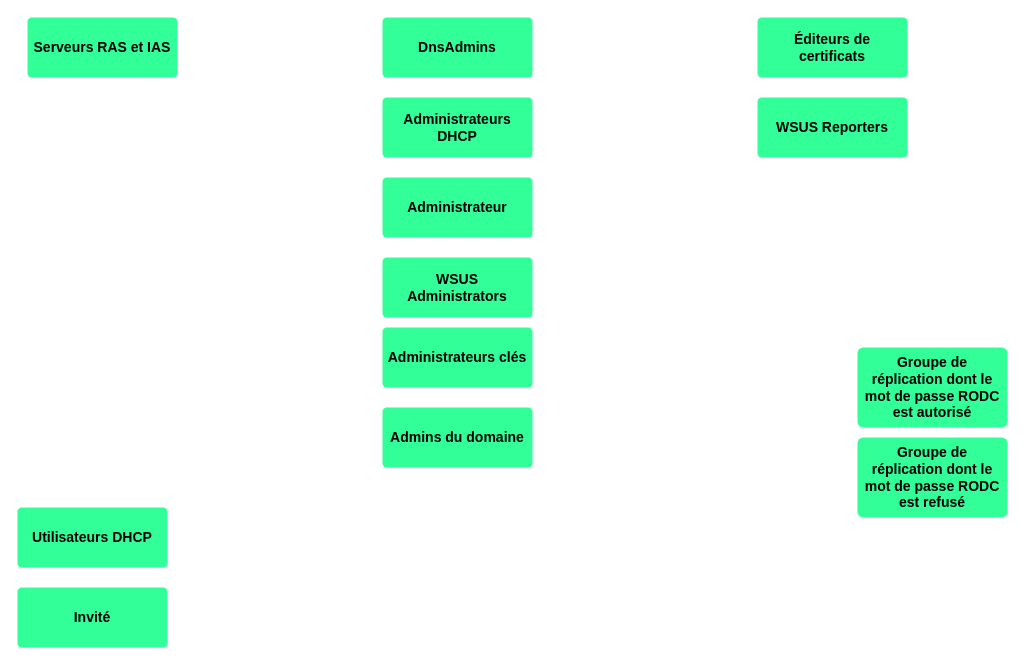
CharifMah/AbstergoAnimus keeps this draw.io diagram as Diagramme sans nom.drawio. Above is the earlier version. Source tidied: cells renumbered, new cells numbered last; positions are measured from the earlier drawing's top-left corner, leaving out a move shared by most shapes. Both pictures are drawn from the tidied source at 100%, with x=0, y=0 at pixel (17, 17).
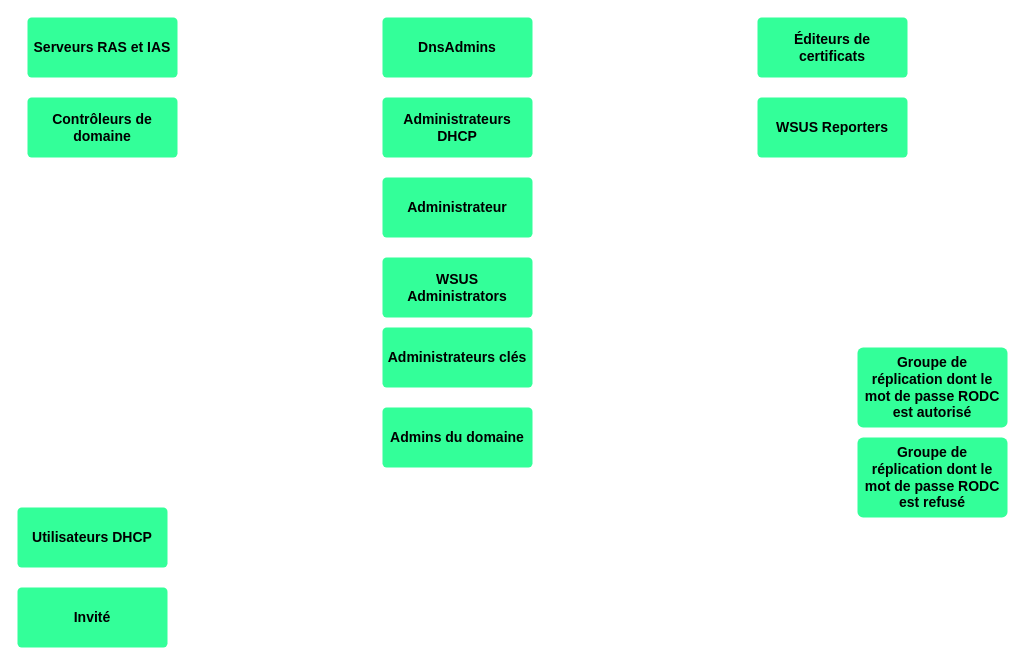
Above is the later version.

Commit message (it also covers changes not shown here):
Mettre à jour Diagramme sans nom.drawio

What changed in the source:
```diff
@@
 <mxGraphModel>
   <root>
     <mxCell id="0" />
     <mxCell id="1" parent="0" />
     <mxCell id="2" value="Administrateur" style="rounded=1;whiteSpace=wrap;html=1;shadow=0;labelBackgroundColor=none;strokeColor=none;strokeWidth=3;fillColor=#33FF99;fontFamily=Helvetica;fontSize=14;fontColor=#000000;align=center;spacing=5;fontStyle=1;arcSize=7;perimeterSpacing=2;" parent="1" vertex="1">
       <mxGeometry x="365" y="160" width="150" height="60" as="geometry" />
     </mxCell>
     <mxCell id="3" value="Invité" style="rounded=1;whiteSpace=wrap;html=1;shadow=0;labelBackgroundColor=none;strokeColor=none;strokeWidth=3;fillColor=#33FF99;fontFamily=Helvetica;fontSize=14;fontColor=#000000;align=center;spacing=5;fontStyle=1;arcSize=7;perimeterSpacing=2;" parent="1" vertex="1">
       <mxGeometry y="570" width="150" height="60" as="geometry" />
     </mxCell>
     <mxCell id="4" value="Administrateurs DHCP" style="rounded=1;whiteSpace=wrap;html=1;shadow=0;labelBackgroundColor=none;strokeColor=none;strokeWidth=3;fillColor=#33FF99;fontFamily=Helvetica;fontSize=14;fontColor=#000000;align=center;spacing=5;fontStyle=1;arcSize=7;perimeterSpacing=2;" parent="1" vertex="1">
       <mxGeometry x="365" y="80" width="150" height="60" as="geometry" />
     </mxCell>
     <mxCell id="5" value="DnsAdmins" style="rounded=1;whiteSpace=wrap;html=1;shadow=0;labelBackgroundColor=none;strokeColor=none;strokeWidth=3;fillColor=#33FF99;fontFamily=Helvetica;fontSize=14;fontColor=#000000;align=center;spacing=5;fontStyle=1;arcSize=7;perimeterSpacing=2;" parent="1" vertex="1">
       <mxGeometry x="365" width="150" height="60" as="geometry" />
     </mxCell>
     <mxCell id="6" value="Éditeurs de certificats" style="rounded=1;whiteSpace=wrap;html=1;shadow=0;labelBackgroundColor=none;strokeColor=none;strokeWidth=3;fillColor=#33FF99;fontFamily=Helvetica;fontSize=14;fontColor=#000000;align=center;spacing=5;fontStyle=1;arcSize=7;perimeterSpacing=2;" parent="1" vertex="1">
       <mxGeometry x="740" width="150" height="60" as="geometry" />
     </mxCell>
     <mxCell id="7" value="Groupe de réplication dont le mot de passe RODC est autorisé" style="rounded=1;whiteSpace=wrap;html=1;shadow=0;labelBackgroundColor=none;strokeColor=none;strokeWidth=3;fillColor=#33FF99;fontFamily=Helvetica;fontSize=14;fontColor=#000000;align=center;spacing=5;fontStyle=1;arcSize=7;perimeterSpacing=2;verticalAlign=middle;" parent="1" vertex="1">
       <mxGeometry x="840" y="330" width="150" height="80" as="geometry" />
     </mxCell>
     <mxCell id="8" value="Groupe de réplication dont le mot de passe RODC est refusé" style="rounded=1;whiteSpace=wrap;html=1;shadow=0;labelBackgroundColor=none;strokeColor=none;strokeWidth=3;fillColor=#33FF99;fontFamily=Helvetica;fontSize=14;fontColor=#000000;align=center;spacing=5;fontStyle=1;arcSize=7;perimeterSpacing=2;verticalAlign=middle;" parent="1" vertex="1">
       <mxGeometry x="840" y="420" width="150" height="80" as="geometry" />
     </mxCell>
     <mxCell id="9" value="Serveurs RAS et IAS" style="rounded=1;whiteSpace=wrap;html=1;shadow=0;labelBackgroundColor=none;strokeColor=none;strokeWidth=3;fillColor=#33FF99;fontFamily=Helvetica;fontSize=14;fontColor=#000000;align=center;spacing=5;fontStyle=1;arcSize=7;perimeterSpacing=2;" parent="1" vertex="1">
       <mxGeometry x="10" width="150" height="60" as="geometry" />
     </mxCell>
     <mxCell id="10" value="Utilisateurs DHCP" style="rounded=1;whiteSpace=wrap;html=1;shadow=0;labelBackgroundColor=none;strokeColor=none;strokeWidth=3;fillColor=#33FF99;fontFamily=Helvetica;fontSize=14;fontColor=#000000;align=center;spacing=5;fontStyle=1;arcSize=7;perimeterSpacing=2;" parent="1" vertex="1">
       <mxGeometry y="490" width="150" height="60" as="geometry" />
     </mxCell>
     <mxCell id="11" value="WSUS Administrators" style="rounded=1;whiteSpace=wrap;html=1;shadow=0;labelBackgroundColor=none;strokeColor=none;strokeWidth=3;fillColor=#33FF99;fontFamily=Helvetica;fontSize=14;fontColor=#000000;align=center;spacing=5;fontStyle=1;arcSize=7;perimeterSpacing=2;" parent="1" vertex="1">
       <mxGeometry x="365" y="240" width="150" height="60" as="geometry" />
     </mxCell>
     <mxCell id="12" value="WSUS Reporters" style="rounded=1;whiteSpace=wrap;html=1;shadow=0;labelBackgroundColor=none;strokeColor=none;strokeWidth=3;fillColor=#33FF99;fontFamily=Helvetica;fontSize=14;fontColor=#000000;align=center;spacing=5;fontStyle=1;arcSize=7;perimeterSpacing=2;" parent="1" vertex="1">
       <mxGeometry x="740" y="80" width="150" height="60" as="geometry" />
     </mxCell>
     <mxCell id="13" value="Administrateurs clés" style="rounded=1;whiteSpace=wrap;html=1;shadow=0;labelBackgroundColor=none;strokeColor=none;strokeWidth=3;fillColor=#33FF99;fontFamily=Helvetica;fontSize=14;fontColor=#000000;align=center;spacing=5;fontStyle=1;arcSize=7;perimeterSpacing=2;" parent="1" vertex="1">
       <mxGeometry x="365" y="310" width="150" height="60" as="geometry" />
     </mxCell>
     <mxCell id="14" value="Admins du domaine" style="rounded=1;whiteSpace=wrap;html=1;shadow=0;labelBackgroundColor=none;strokeColor=none;strokeWidth=3;fillColor=#33FF99;fontFamily=Helvetica;fontSize=14;fontColor=#000000;align=center;spacing=5;fontStyle=1;arcSize=7;perimeterSpacing=2;" parent="1" vertex="1">
       <mxGeometry x="365" y="390" width="150" height="60" as="geometry" />
     </mxCell>
+    <mxCell id="15" value="Contrôleurs de domaine" style="rounded=1;whiteSpace=wrap;html=1;shadow=0;labelBackgroundColor=none;strokeColor=none;strokeWidth=3;fillColor=#33FF99;fontFamily=Helvetica;fontSize=14;fontColor=#000000;align=center;spacing=5;fontStyle=1;arcSize=7;perimeterSpacing=2;" parent="1" vertex="1">
+      <mxGeometry x="10" y="80" width="150" height="60" as="geometry" />
+    </mxCell>
   </root>
 </mxGraphModel>
```
